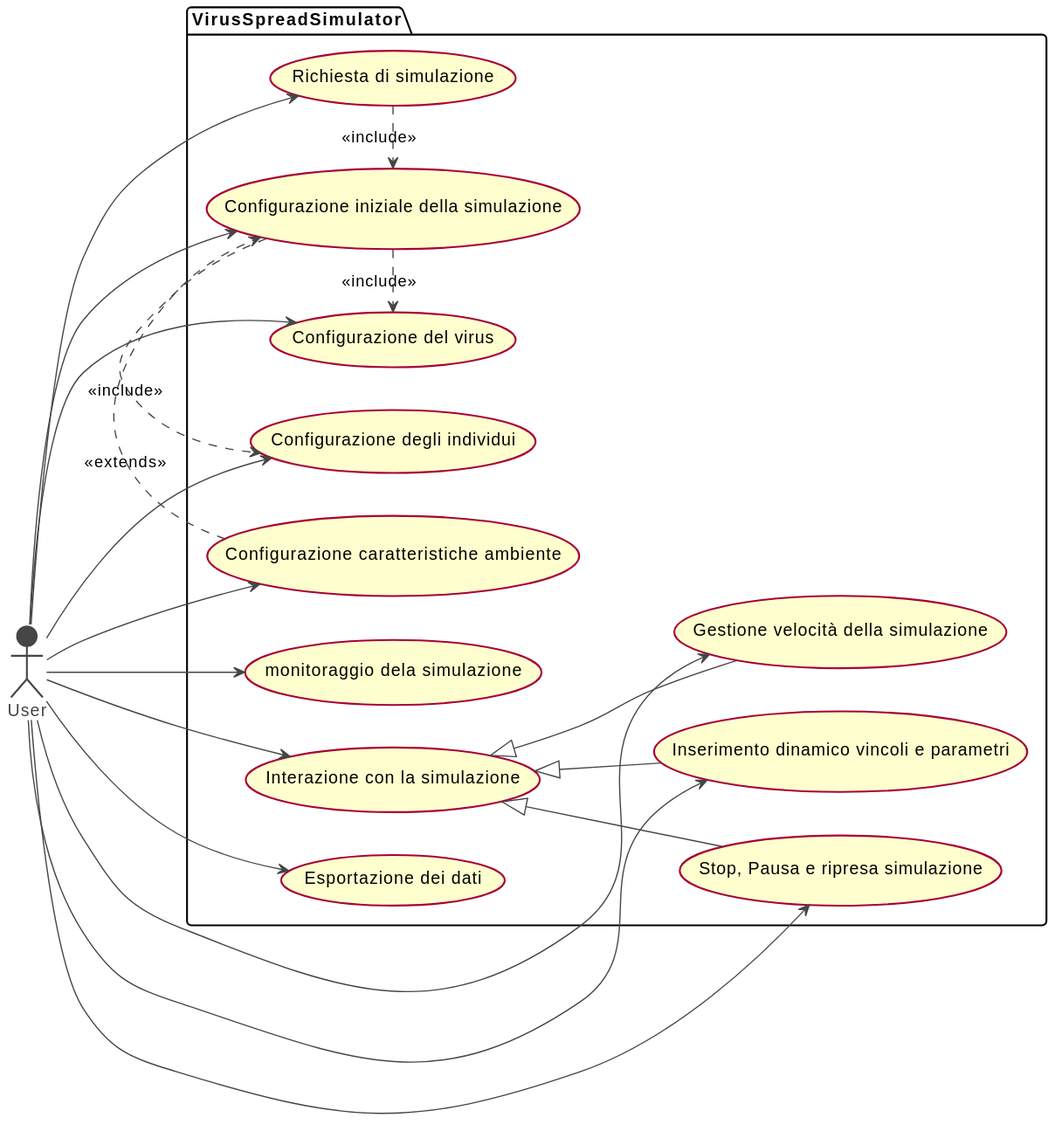
VirusSpreadSimulator/PPS-22-virsim keeps this PlantUML diagram as doc/report/imgs/use_case.svg. Above is the earlier version.
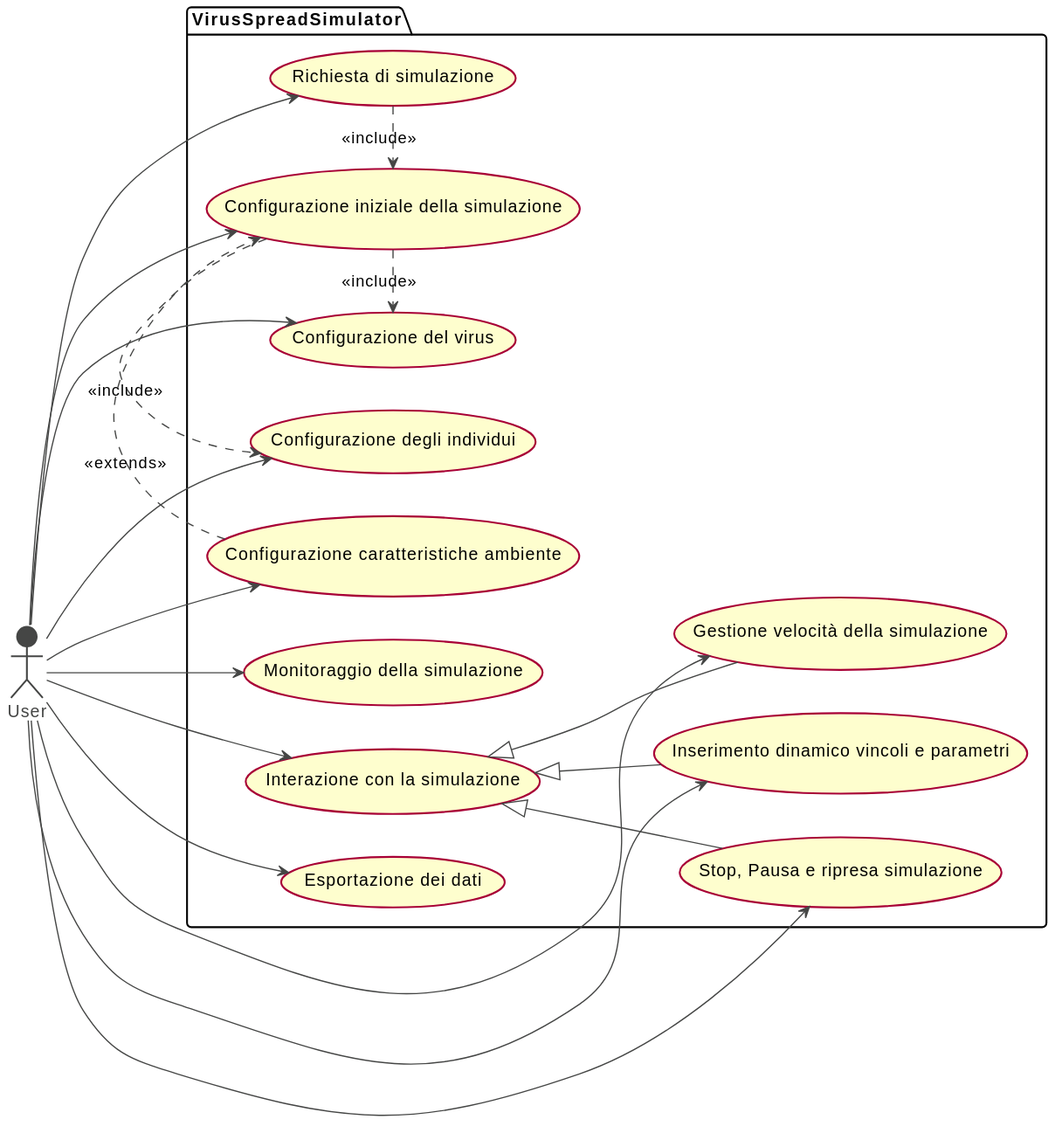
Above is the later version.

Commit message:
chore: fix error in use case diagram

Change to the diagram source:
```diff
@@ -11,7 +11,7 @@
 (Configurazione degli individui) as CONF_IND
 (Configurazione iniziale della simulazione) as CONF_SIM
 (Configurazione caratteristiche ambiente) as CONF_ENV
-(monitoraggio dela simulazione) as SIM_MONIT
+(Monitoraggio della simulazione) as SIM_MONIT
 (Interazione con la simulazione) as INT_SIM
 (Gestione velocità della simulazione) as SPEED
 (Inserimento dinamico vincoli e parametri) as INS_VINC
```
